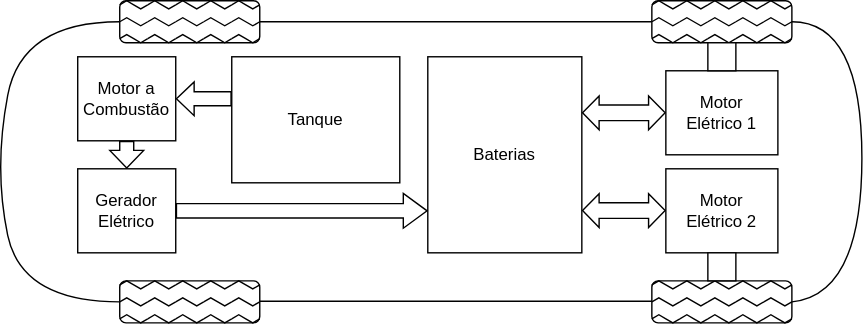
Earlier version of the draw.io export Híbrido Série.drawio.svg (Camezehn/Diagrams). Source tidied: cells renumbered, new cells last; positions are measured from the earlier drawing's top-left corner, leaving out a move shared by most shapes.
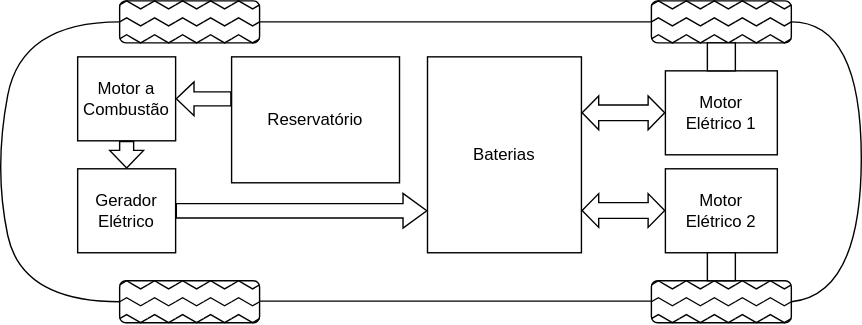
Above is the later version.

What changed in the source:
```diff
@@ -427,7 +427,7 @@
         <mxPoint x="480" y="149.8" as="targetPoint" />
       </mxGeometry>
     </mxCell>
-    <mxCell id="80" value="Tanque" style="rounded=0;whiteSpace=wrap;html=1;" parent="1" vertex="1">
+    <mxCell id="80" value="Reservatório" style="rounded=0;whiteSpace=wrap;html=1;" parent="1" vertex="1">
       <mxGeometry x="170" y="40" width="120" height="90" as="geometry" />
     </mxCell>
     <mxCell id="81" style="shape=flexArrow;endArrow=classic;html=1;rounded=0;startSize=2;endSize=3.88;entryX=1;entryY=0.5;entryDx=0;entryDy=0;endWidth=13.142857142857142;" parent="1" edge="1" target="71">
```
